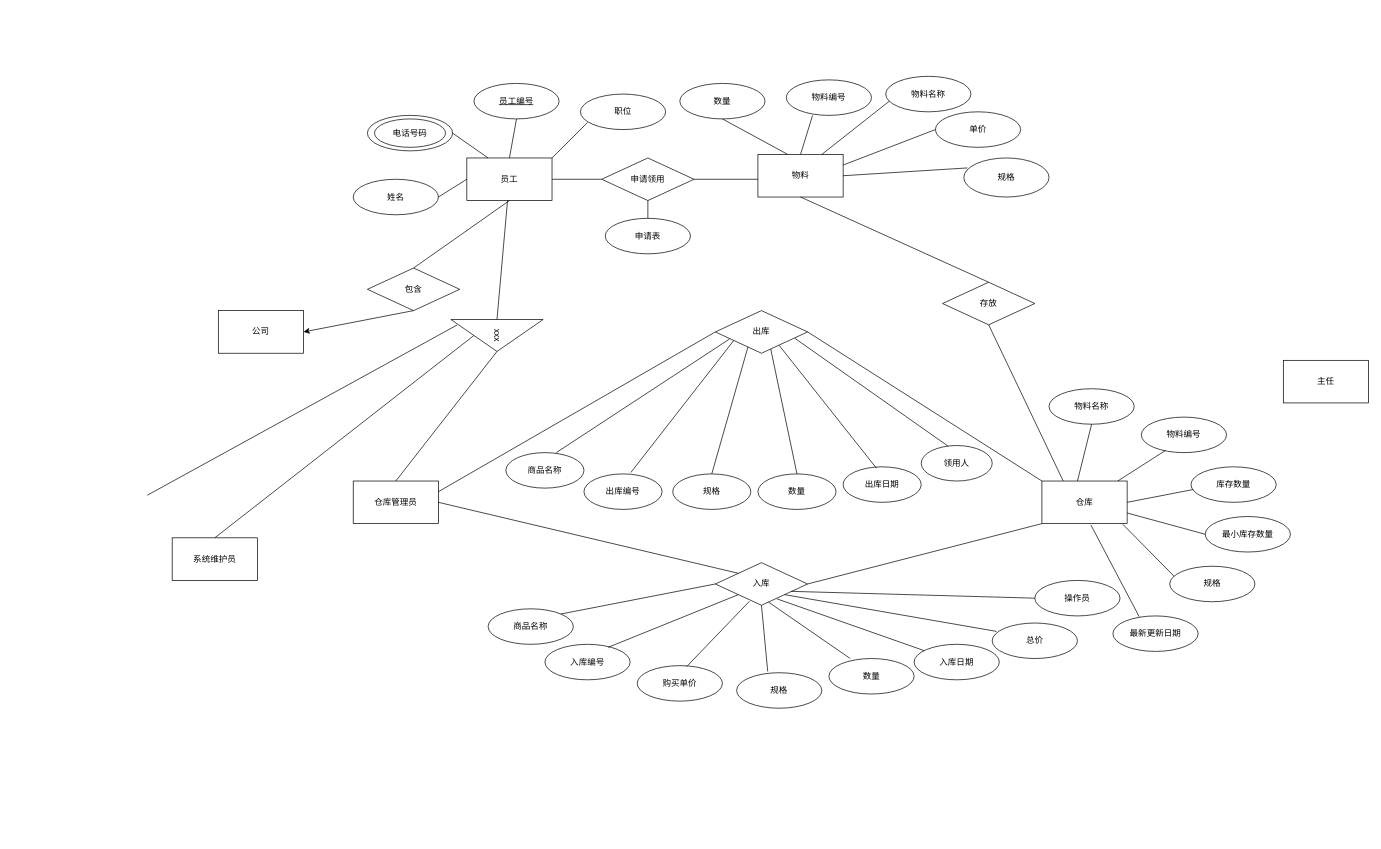
Above: Group14.drawio in images130/LJ_Project (draw.io), before the change. Source tidied: cells renumbered, new cells numbered last; positions are measured from the earlier drawing's top-left corner, leaving out a move shared by most shapes. Both pictures are drawn from the tidied source at 71%, with x=0, y=0 at pixel (147, 76).
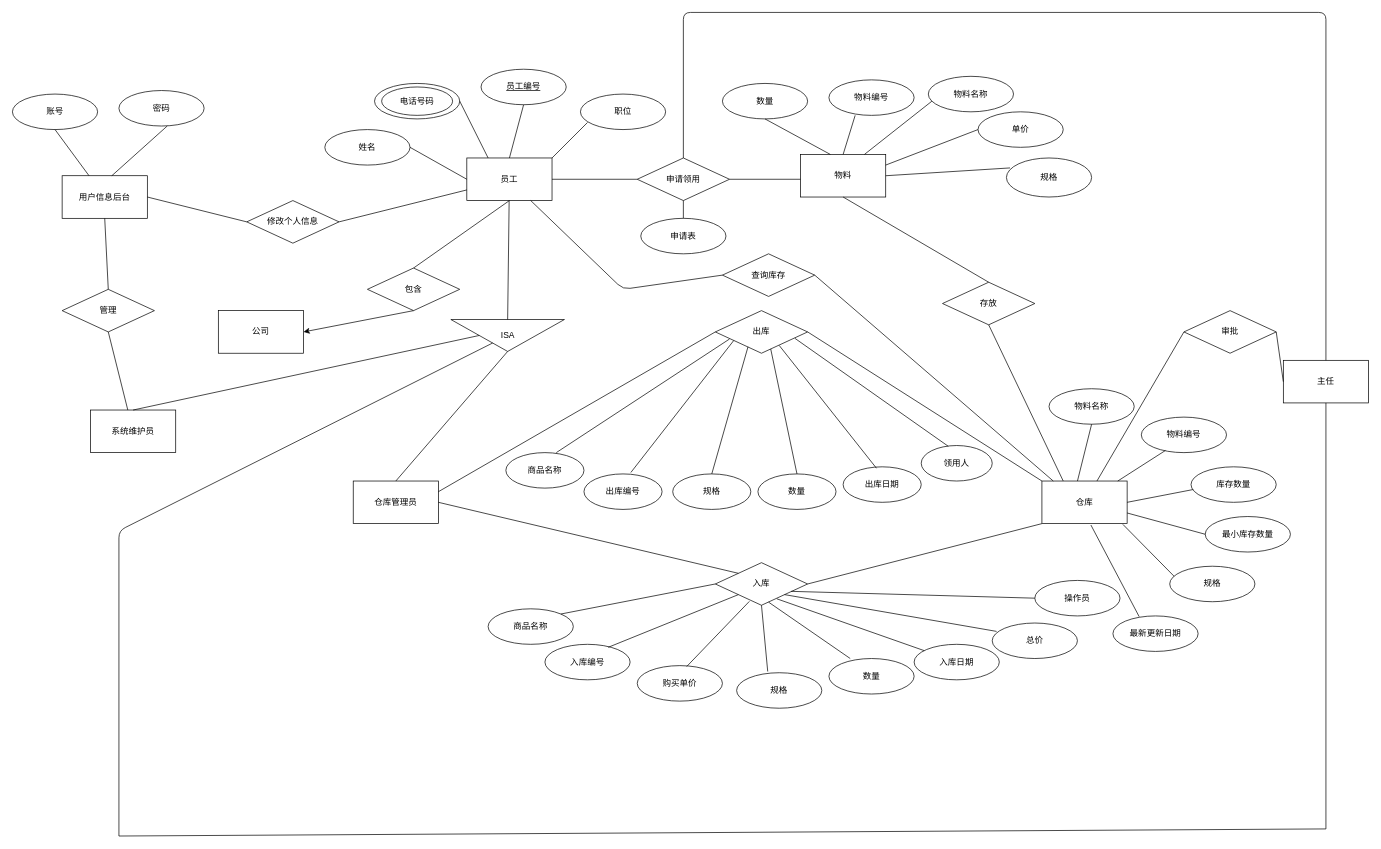
The same diagram, later.

The change refers to these unchanged cells:
```xml
<mxCell id="13" value="员工" style="rounded=0;whiteSpace=wrap;html=1;" parent="1" vertex="1">
  <mxGeometry x="450" y="115" width="120" height="60" as="geometry" />
</mxCell>
<mxCell id="26" value="仓库" style="rounded=0;whiteSpace=wrap;html=1;" parent="1" vertex="1">
  <mxGeometry x="1260" y="570" width="120" height="60" as="geometry" />
</mxCell>
<mxCell id="76" value="主任" style="rounded=0;whiteSpace=wrap;html=1;" parent="1" vertex="1">
  <mxGeometry x="1600" y="400" width="120" height="60" as="geometry" />
</mxCell>
```

Change to the diagram source:
```diff
@@
     <mxCell id="2" value="物料" style="rounded=0;whiteSpace=wrap;html=1;" parent="1" vertex="1">
-      <mxGeometry x="860" y="110" width="120" height="60" as="geometry" />
+      <mxGeometry x="920" y="110" width="120" height="60" as="geometry" />
     </mxCell>
@@
     <mxCell id="4" value="物料编号" style="ellipse;whiteSpace=wrap;html=1;" parent="1" vertex="1">
-      <mxGeometry x="900" y="5" width="120" height="50" as="geometry" />
+      <mxGeometry x="960" y="5" width="120" height="50" as="geometry" />
     </mxCell>
@@
     <mxCell id="6" value="物料名称" style="ellipse;whiteSpace=wrap;html=1;" parent="1" vertex="1">
-      <mxGeometry x="1040" width="120" height="50" as="geometry" />
+      <mxGeometry x="1100" width="120" height="50" as="geometry" />
     </mxCell>
     <mxCell id="7" value="单价" style="ellipse;whiteSpace=wrap;html=1;" parent="1" vertex="1">
-      <mxGeometry x="1110" y="50" width="120" height="50" as="geometry" />
+      <mxGeometry x="1170" y="50" width="120" height="50" as="geometry" />
     </mxCell>
@@
     <mxCell id="9" value="规格" style="ellipse;whiteSpace=wrap;html=1;" parent="1" vertex="1">
-      <mxGeometry x="1150" y="115" width="120" height="55" as="geometry" />
+      <mxGeometry x="1210" y="115" width="120" height="55" as="geometry" />
     </mxCell>
@@
     <mxCell id="11" value="数量" style="ellipse;whiteSpace=wrap;html=1;" parent="1" vertex="1">
-      <mxGeometry x="750" y="10" width="120" height="50" as="geometry" />
+      <mxGeometry x="810" y="10" width="120" height="50" as="geometry" />
     </mxCell>
     <mxCell id="12" style="endArrow=none;html=1;exitX=0.35;exitY=0;exitDx=0;exitDy=0;exitPerimeter=0;" parent="1" edge="1" source="2">
       <mxGeometry relative="1" as="geometry">
-        <mxPoint x="810" y="60" as="targetPoint" />
+        <mxPoint x="870" y="60" as="targetPoint" />
       </mxGeometry>
     </mxCell>
@@
     <mxCell id="14" value="申请领用" style="rhombus;whiteSpace=wrap;html=1;" parent="1" vertex="1">
-      <mxGeometry x="640" y="115" width="130" height="60" as="geometry" />
+      <mxGeometry x="690" y="115" width="130" height="60" as="geometry" />
     </mxCell>
@@
     <mxCell id="16" style="ellipse;whiteSpace=wrap;html=1;" parent="1" vertex="1">
-      <mxGeometry x="310" y="55" width="120" height="50" as="geometry" />
+      <mxGeometry x="320" y="10" width="120" height="50" as="geometry" />
     </mxCell>
     <mxCell id="17" value="姓名" style="ellipse;whiteSpace=wrap;html=1;" parent="1" vertex="1">
-      <mxGeometry x="290" y="145" width="120" height="50" as="geometry" />
+      <mxGeometry x="250" y="75" width="120" height="50" as="geometry" />
     </mxCell>
@@
     <mxCell id="19" value="&lt;u&gt;员工编号&lt;/u&gt;" style="ellipse;whiteSpace=wrap;html=1;" parent="1" vertex="1">
-      <mxGeometry x="460" y="10" width="120" height="50" as="geometry" />
+      <mxGeometry x="470" y="-10" width="120" height="50" as="geometry" />
     </mxCell>
     <mxCell id="20" value="电话号码" style="ellipse;whiteSpace=wrap;html=1;" parent="1" vertex="1">
-      <mxGeometry x="320" y="60" width="100" height="40" as="geometry" />
+      <mxGeometry x="330" y="15" width="100" height="40" as="geometry" />
     </mxCell>
@@
     <mxCell id="25" style="endArrow=none;html=1;exitX=1;exitY=0.5;exitDx=0;exitDy=0;" parent="1" edge="1" source="14">
       <mxGeometry relative="1" as="geometry">
-        <mxPoint x="860" y="145" as="targetPoint" />
+        <mxPoint x="920" y="145" as="targetPoint" />
       </mxGeometry>
     </mxCell>
@@
     <mxCell id="62" value="申请表" style="ellipse;whiteSpace=wrap;html=1;" parent="1" vertex="1">
-      <mxGeometry x="645" y="200" width="120" height="50" as="geometry" />
+      <mxGeometry x="695" y="200" width="120" height="50" as="geometry" />
     </mxCell>
@@
     <mxCell id="84" value="系统维护员" style="rounded=0;whiteSpace=wrap;html=1;" parent="1" vertex="1">
-      <mxGeometry x="35" y="650" width="120" height="60" as="geometry" />
+      <mxGeometry x="-80" y="470" width="120" height="60" as="geometry" />
     </mxCell>
-    <mxCell id="85" value="xxx" style="triangle;whiteSpace=wrap;html=1;rotation=90;" parent="1" vertex="1">
-      <mxGeometry x="470" y="300" width="45" height="130" as="geometry" />
+    <mxCell id="85" value="ISA" style="triangle;whiteSpace=wrap;html=1;rotation=90;horizontal=0;" parent="1" vertex="1">
+      <mxGeometry x="485" y="285" width="45" height="160" as="geometry" />
     </mxCell>
@@
-    <mxCell id="89" style="endArrow=none;html=1;entryX=0.173;entryY=0.933;entryDx=0;entryDy=0;entryPerimeter=0;" parent="1" edge="1" target="85">
+    <mxCell id="89" style="endArrow=none;html=1;" parent="1" edge="1" target="85">
       <mxGeometry relative="1" as="geometry">
-        <mxPoint y="590" as="sourcePoint" />
+        <mxPoint x="-40" y="1070" as="sourcePoint" />
+        <Array as="points">
+          <mxPoint x="-40" y="640" />
+        </Array>
       </mxGeometry>
     </mxCell>
+    <mxCell id="90" style="endArrow=none;html=1;" parent="1" edge="1">
+      <mxGeometry relative="1" as="geometry">
+        <mxPoint x="-40" y="1070" as="sourcePoint" />
+        <mxPoint x="1660" y="1060" as="targetPoint" />
+      </mxGeometry>
+    </mxCell>
+    <mxCell id="91" style="endArrow=none;html=1;" parent="1" edge="1" target="76">
+      <mxGeometry relative="1" as="geometry">
+        <mxPoint x="1660" y="1060" as="sourcePoint" />
+      </mxGeometry>
+    </mxCell>
+    <mxCell id="92" value="查询库存" style="rhombus;whiteSpace=wrap;html=1;" parent="1" vertex="1">
+      <mxGeometry x="810" y="250" width="130" height="60" as="geometry" />
+    </mxCell>
+    <mxCell id="93" style="endArrow=none;html=1;entryX=0;entryY=0.5;entryDx=0;entryDy=0;exitX=0.75;exitY=1;exitDx=0;exitDy=0;" parent="1" edge="1" source="13" target="92">
+      <mxGeometry relative="1" as="geometry">
+        <Array as="points">
+          <mxPoint x="670" y="300" />
+        </Array>
+      </mxGeometry>
+    </mxCell>
+    <mxCell id="94" style="endArrow=none;html=1;entryX=0.133;entryY=0;entryDx=0;entryDy=0;entryPerimeter=0;exitX=1;exitY=0.5;exitDx=0;exitDy=0;" parent="1" edge="1" source="92" target="26">
+      <mxGeometry relative="1" as="geometry" />
+    </mxCell>
+    <mxCell id="95" value="账号" style="ellipse;whiteSpace=wrap;html=1;" parent="1" vertex="1">
+      <mxGeometry x="-190" y="25" width="120" height="50" as="geometry" />
+    </mxCell>
+    <mxCell id="96" value="密码" style="ellipse;whiteSpace=wrap;html=1;" parent="1" vertex="1">
+      <mxGeometry x="-40" y="20" width="120" height="50" as="geometry" />
+    </mxCell>
+    <mxCell id="97" value="用户信息后台" style="rounded=0;whiteSpace=wrap;html=1;" parent="1" vertex="1">
+      <mxGeometry x="-120" y="140" width="120" height="60" as="geometry" />
+    </mxCell>
+    <mxCell id="98" style="endArrow=none;html=1;entryX=0.5;entryY=1;entryDx=0;entryDy=0;" parent="1" edge="1" source="97" target="95">
+      <mxGeometry relative="1" as="geometry" />
+    </mxCell>
+    <mxCell id="99" style="endArrow=none;html=1;entryX=0.567;entryY=1;entryDx=0;entryDy=0;entryPerimeter=0;" parent="1" edge="1" target="96">
+      <mxGeometry relative="1" as="geometry">
+        <mxPoint x="-50" y="140" as="sourcePoint" />
+      </mxGeometry>
+    </mxCell>
+    <mxCell id="100" value="管理" style="rhombus;whiteSpace=wrap;html=1;" parent="1" vertex="1">
+      <mxGeometry x="-120" y="300" width="130" height="60" as="geometry" />
+    </mxCell>
+    <mxCell id="101" value="修改个人信息" style="rhombus;whiteSpace=wrap;html=1;" parent="1" vertex="1">
+      <mxGeometry x="140" y="175" width="130" height="60" as="geometry" />
+    </mxCell>
+    <mxCell id="102" style="endArrow=none;html=1;entryX=0.5;entryY=1;entryDx=0;entryDy=0;" parent="1" edge="1" source="84" target="100">
+      <mxGeometry relative="1" as="geometry" />
+    </mxCell>
+    <mxCell id="103" style="endArrow=none;html=1;entryX=0.5;entryY=1;entryDx=0;entryDy=0;exitX=0.5;exitY=0;exitDx=0;exitDy=0;" parent="1" edge="1" source="100" target="97">
+      <mxGeometry relative="1" as="geometry" />
+    </mxCell>
+    <mxCell id="104" style="endArrow=none;html=1;entryX=0;entryY=0.5;entryDx=0;entryDy=0;exitX=1;exitY=0.5;exitDx=0;exitDy=0;" parent="1" edge="1" source="97" target="101">
+      <mxGeometry relative="1" as="geometry" />
+    </mxCell>
+    <mxCell id="105" style="endArrow=none;html=1;entryX=0;entryY=0.75;entryDx=0;entryDy=0;exitX=1;exitY=0.5;exitDx=0;exitDy=0;" parent="1" edge="1" source="101" target="13">
+      <mxGeometry relative="1" as="geometry" />
+    </mxCell>
+    <mxCell id="106" style="endArrow=none;html=1;exitX=0.5;exitY=0;exitDx=0;exitDy=0;entryX=0.5;entryY=0;entryDx=0;entryDy=0;" parent="1" edge="1" source="14" target="76">
+      <mxGeometry relative="1" as="geometry">
+        <Array as="points">
+          <mxPoint x="755" y="-90" />
+          <mxPoint x="1660" y="-90" />
+        </Array>
+      </mxGeometry>
+    </mxCell>
+    <mxCell id="107" value="审批" style="rhombus;whiteSpace=wrap;html=1;" parent="1" vertex="1">
+      <mxGeometry x="1460" y="330" width="130" height="60" as="geometry" />
+    </mxCell>
+    <mxCell id="108" style="endArrow=none;html=1;entryX=0;entryY=0.5;entryDx=0;entryDy=0;exitX=1;exitY=0.5;exitDx=0;exitDy=0;" parent="1" edge="1" source="107" target="76">
+      <mxGeometry relative="1" as="geometry" />
+    </mxCell>
+    <mxCell id="109" style="endArrow=none;html=1;entryX=0;entryY=0.5;entryDx=0;entryDy=0;" parent="1" edge="1" source="26" target="107">
+      <mxGeometry relative="1" as="geometry" />
+    </mxCell>
```
